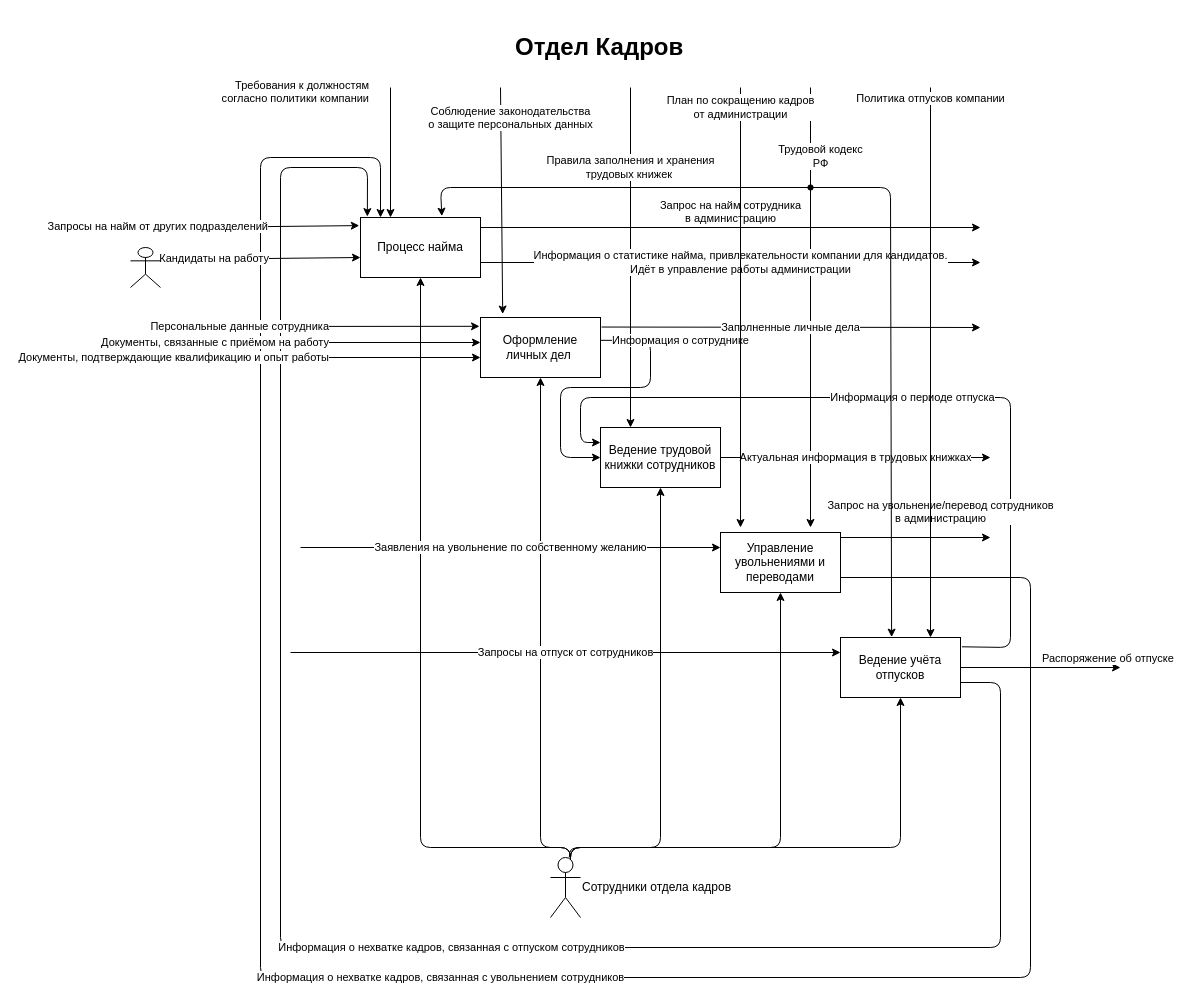
Before: sadt/Отдел кадров.drawio in la-mironov/Database-project, a draw.io diagram. Source tidied: cells renumbered, new cells numbered last; positions are measured from the earlier drawing's top-left corner, leaving out a move shared by most shapes. Both pictures are drawn from the tidied source at 100%, with x=0, y=0 at pixel (130, 27).
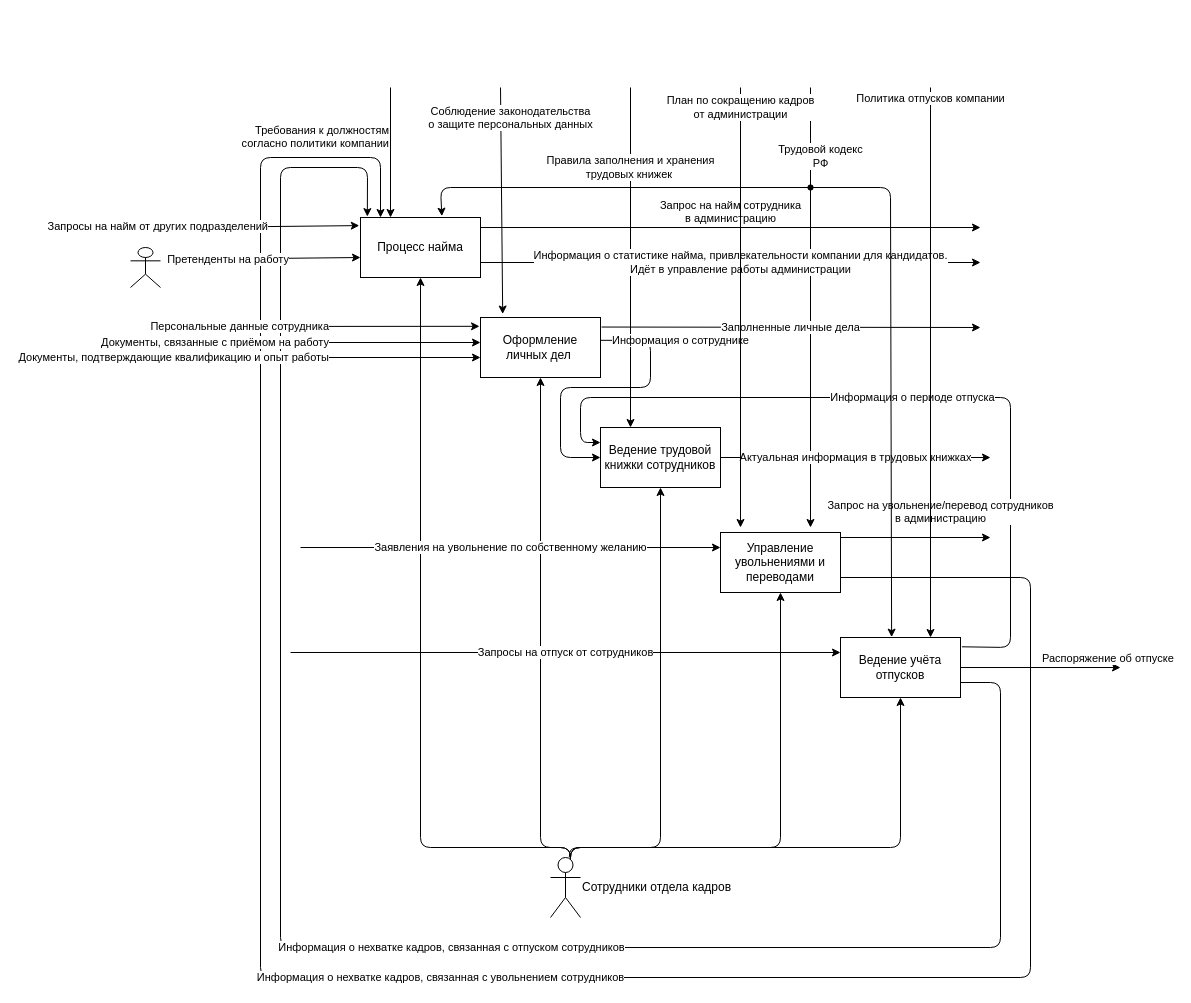
After the change.

The change refers to these unchanged cells:
```xml
<mxCell id="9" value="Процесс найма" style="rounded=0;whiteSpace=wrap;html=1;" parent="1" vertex="1">
  <mxGeometry x="230" y="190" width="120" height="60" as="geometry" />
</mxCell>
```

What changed in the source:
```diff
@@
-    <mxCell id="17" value="Кандидаты на работу" style="endArrow=classic;html=1;entryX=-0.01;entryY=0.135;entryDx=0;entryDy=0;entryPerimeter=0;labelPosition=left;verticalLabelPosition=middle;align=right;verticalAlign=middle;" parent="1" edge="1">
-      <mxGeometry relative="1" as="geometry">
+    <mxCell id="17" value="Претенденты на работу" style="endArrow=classic;html=1;entryX=-0.01;entryY=0.135;entryDx=0;entryDy=0;entryPerimeter=0;labelPosition=left;verticalLabelPosition=middle;align=right;verticalAlign=middle;" parent="1" edge="1">
+      <mxGeometry x="0.22" y="-1" relative="1" as="geometry">
         <mxPoint x="51.2" y="231.9" as="sourcePoint" />
         <mxPoint x="230" y="230" as="targetPoint" />
       </mxGeometry>
     </mxCell>
@@
     <mxCell id="19" value="Требования к должностям&lt;br&gt;согласно политики компании" style="endArrow=classic;html=1;entryX=0.25;entryY=0;entryDx=0;entryDy=0;horizontal=1;verticalAlign=bottom;labelPosition=left;verticalLabelPosition=top;align=right;" parent="1" edge="1" target="9">
-      <mxGeometry x="-0.69" y="-20" relative="1" as="geometry">
+      <mxGeometry relative="1" as="geometry">
         <mxPoint x="260" y="60" as="sourcePoint" />
       </mxGeometry>
     </mxCell>
@@
-    <mxCell id="40" value="&lt;h1&gt;Отдел Кадров&lt;/h1&gt;" style="text;html=1;strokeColor=none;fillColor=none;spacing=5;spacingTop=-20;whiteSpace=wrap;overflow=hidden;rounded=0;" parent="1" vertex="1">
-      <mxGeometry x="380" width="200" height="40" as="geometry" />
-    </mxCell>
```
